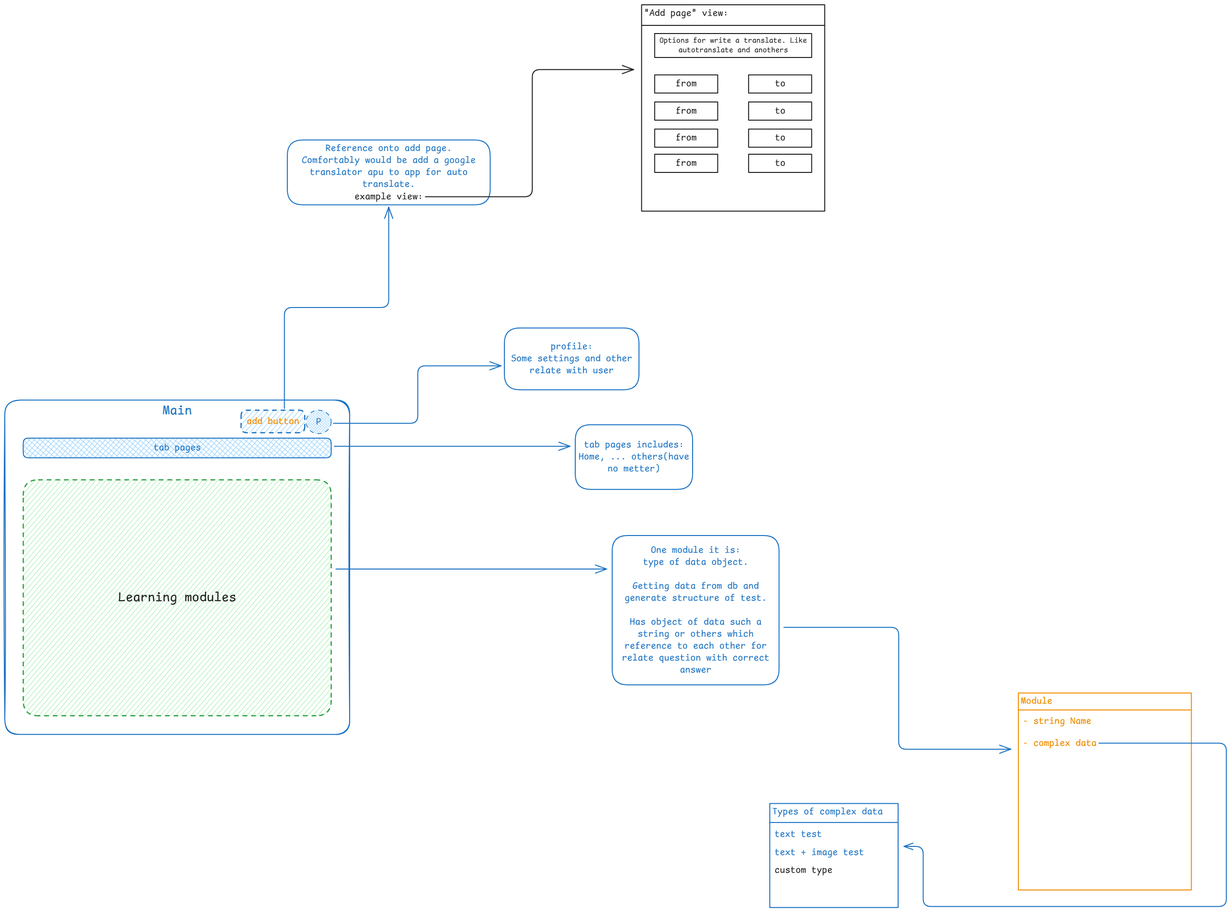
Earlier version of the Excalidraw export Schemes/Main page example.excalidraw.png (SaveGex/SpellCheck). Source tidied: one line per element, renumbered; positions are measured from the earlier drawing's top-left corner, leaving out a move shared by most shapes.
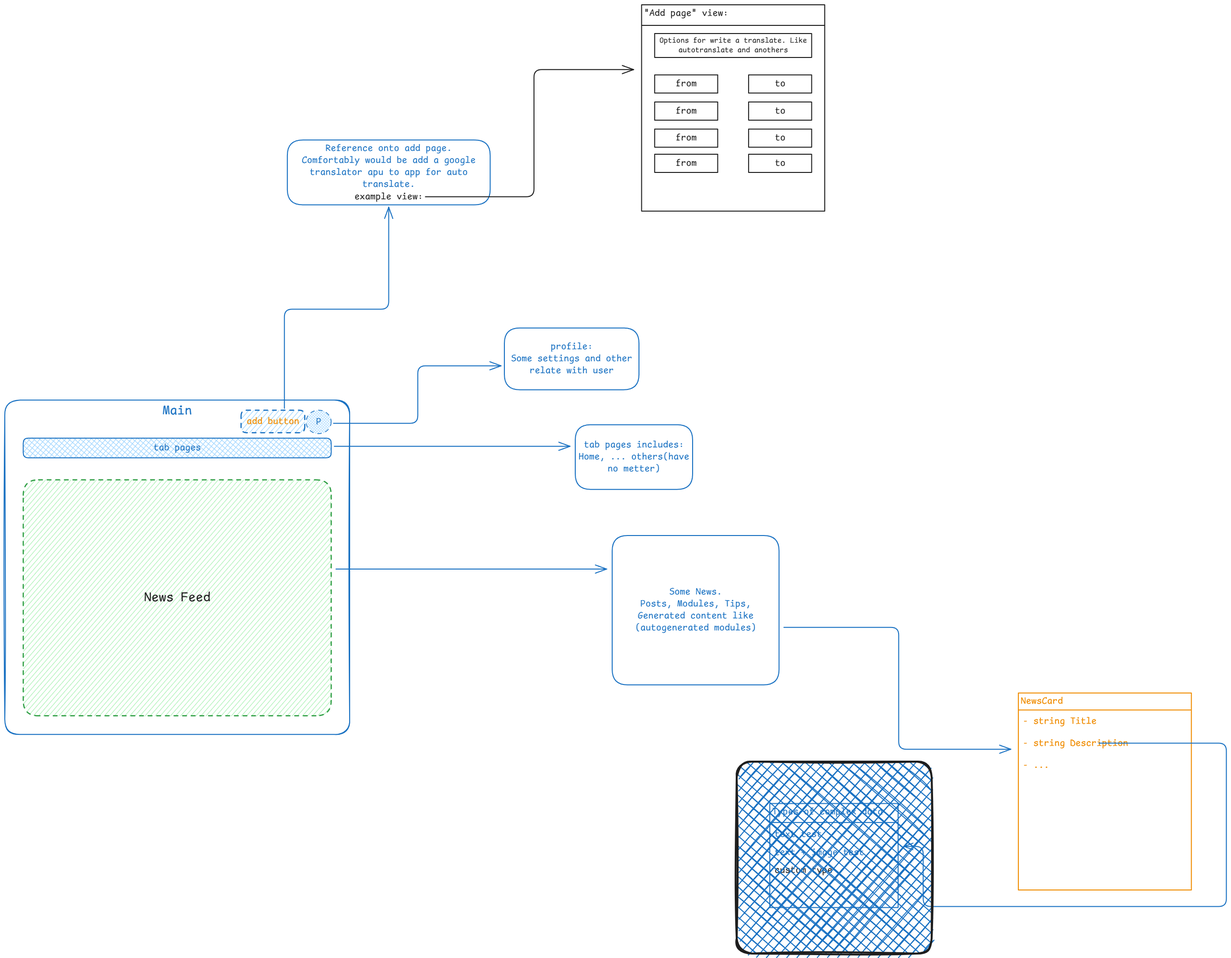
The same file after the commit.

Commit message:
Add View schemes of each main page of the app

The edit, as a diff of the source:
```diff
@@ -1,7 +1,7 @@
 {"id": 0, "type": "rectangle", "strokeColor": "#1971c2", "strokeWidth": 2, "roughness": 1, "round": true, "x": 0, "y": 825, "width": 720, "height": 698}
 {"id": 1, "type": "text", "text": "Main", "strokeColor": "#1971c2", "strokeWidth": 2, "roughness": 1, "fontSize": 28, "fontFamily": 8, "textAlign": "center", "inside": 0, "x": 329, "y": 830, "width": 62, "height": 35}
 {"id": 2, "type": "rectangle", "strokeColor": "#2f9e44", "backgroundColor": "#b2f2bb", "fillStyle": "hachure", "strokeWidth": 2, "strokeStyle": "dashed", "roughness": 0, "round": true, "x": 39, "y": 992, "width": 643, "height": 493}
-{"id": 3, "type": "text", "text": "Learning modules", "strokeColor": "#1e1e1e", "strokeWidth": 2, "roughness": 1, "fontSize": 28, "fontFamily": 8, "textAlign": "center", "verticalAlign": "middle", "inside": 2, "x": 237, "y": 1221, "width": 246, "height": 35}
+{"id": 3, "type": "text", "text": "News Feed", "strokeColor": "#1e1e1e", "strokeWidth": 2, "roughness": 1, "fontSize": 28, "fontFamily": 8, "textAlign": "center", "verticalAlign": "middle", "inside": 2, "x": 291, "y": 1221, "width": 139, "height": 35}
 {"id": 4, "type": "rectangle", "strokeColor": "#1971c2", "backgroundColor": "#a5d8ff", "fillStyle": "hachure", "strokeWidth": 2, "strokeStyle": "dashed", "roughness": 0, "round": true, "x": 493, "y": 846, "width": 133, "height": 47}
 {"id": 5, "type": "text", "text": "add button", "strokeColor": "#f08c00", "backgroundColor": "#b2f2bb", "fillStyle": "hachure", "strokeWidth": 2, "roughness": 0, "fontSize": 20, "fontFamily": 8, "textAlign": "center", "verticalAlign": "middle", "inside": 4, "x": 505, "y": 857, "width": 110, "height": 25}
 {"id": 6, "type": "ellipse", "strokeColor": "#1971c2", "backgroundColor": "#a5d8ff", "fillStyle": "cross-hatch", "strokeWidth": 1, "strokeStyle": "dashed", "roughness": 0, "x": 629, "y": 846, "width": 52, "height": 49}
@@ -16,43 +16,18 @@
 {"id": 15, "type": "text", "text": "profile:\nSome settings and other\nrelate with user", "strokeColor": "#1971c2", "backgroundColor": "#a5d8ff", "fillStyle": "cross-hatch", "strokeWidth": 2, "roughness": 0, "fontSize": 20, "fontFamily": 8, "textAlign": "center", "verticalAlign": "middle", "inside": 14, "x": 1057, "y": 702, "width": 253, "height": 75}
 {"id": 16, "type": "arrow", "strokeColor": "#1971c2", "backgroundColor": "#a5d8ff", "fillStyle": "cross-hatch", "strokeWidth": 2, "roughness": 0, "endArrowhead": "arrow", "from": 2, "x": 691, "y": 1178, "width": 565, "height": 0, "points": [[0, 0], [565, 0]]}
 {"id": 17, "type": "rectangle", "strokeColor": "#1971c2", "strokeWidth": 2, "roughness": 0, "round": true, "x": 1268, "y": 1108, "width": 348, "height": 312}
-{"id": 18, "type": "text", "text": "One module it is:\ntype of data object.\n\nGetting data from db and\ngenerate structure of test.\n\nHas object of data such a\nstring or others which\nreference to each other for\nrelate question with correct\nanswer", "strokeColor": "#1971c2", "backgroundColor": "#a5d8ff", "fillStyle": "cross-hatch", "strokeWidth": 2, "roughness": 0, "fontSize": 20, "fontFamily": 8, "textAlign": "center", "verticalAlign": "middle", "inside": 17, "x": 1288, "y": 1126, "width": 308, "height": 275}
+{"id": 18, "type": "text", "text": "Some News.\nPosts, Modules, Tips,\nGenerated content like\n(autogenerated modules)", "strokeColor": "#1971c2", "backgroundColor": "#a5d8ff", "fillStyle": "cross-hatch", "strokeWidth": 2, "roughness": 0, "fontSize": 20, "fontFamily": 8, "textAlign": "center", "verticalAlign": "middle", "inside": 17, "x": 1316, "y": 1214, "width": 253, "height": 100}
 {"id": 19, "type": "arrow", "strokeColor": "#1971c2", "strokeWidth": 2, "roughness": 0, "endArrowhead": "arrow", "from": 17, "to": 20, "x": 1627, "y": 1300, "width": 474, "height": 254, "points": [[0, 0], [240, 0], [240, 254], [474, 254]]}
 {"id": 20, "type": "rectangle", "strokeColor": "#f08c00", "strokeWidth": 2, "roughness": 0, "x": 2116, "y": 1437, "width": 361, "height": 411}
-{"id": 21, "type": "text", "text": "Module", "strokeColor": "#f08c00", "strokeWidth": 2, "roughness": 0, "fontSize": 20, "fontFamily": 8, "inside": 20, "x": 2121, "y": 1442, "width": 66, "height": 25}
+{"id": 21, "type": "text", "text": "NewsCard", "strokeColor": "#f08c00", "strokeWidth": 2, "roughness": 0, "fontSize": 20, "fontFamily": 8, "inside": 20, "x": 2121, "y": 1442, "width": 88, "height": 25}
 {"id": 22, "type": "line", "strokeColor": "#f08c00", "strokeWidth": 2, "roughness": 0, "x": 2116, "y": 1472, "width": 360, "height": 0, "points": [[0, 0], [360, 0]]}
-{"id": 23, "type": "text", "text": "- string Name", "strokeColor": "#f08c00", "strokeWidth": 2, "roughness": 0, "fontSize": 20, "fontFamily": 8, "x": 2125, "y": 1483, "width": 143, "height": 25}
+{"id": 23, "type": "text", "text": "- string Title", "strokeColor": "#f08c00", "strokeWidth": 2, "roughness": 0, "fontSize": 20, "fontFamily": 8, "x": 2125, "y": 1483, "width": 154, "height": 25}
-{"id": 24, "type": "text", "text": "- complex data", "strokeColor": "#f08c00", "strokeWidth": 2, "roughness": 0, "fontSize": 20, "fontFamily": 8, "x": 2125, "y": 1529, "width": 154, "height": 25}
-{"id": 25, "type": "arrow", "strokeColor": "#1971c2", "strokeWidth": 2, "roughness": 0, "endArrowhead": "arrow", "from": 24, "to": 26, "x": 2284, "y": 1542, "width": 673, "height": 341, "points": [[0, 0], [266, 0], [266, 341], [-367, 341], [-367, 216], [-407, 216]]}
+{"id": 58, "type": "text", "text": "- string Description", "strokeColor": "#f08c00", "strokeWidth": 2, "roughness": 0, "fontSize": 20, "fontFamily": 8, "x": 2125, "y": 1529, "width": 220, "height": 25}
 {"id": 26, "type": "rectangle", "strokeColor": "#1971c2", "strokeWidth": 2, "roughness": 0, "x": 1597, "y": 1667, "width": 268, "height": 217}
 {"id": 27, "type": "text", "text": "Types of complex data", "strokeColor": "#1971c2", "strokeWidth": 2, "roughness": 0, "fontSize": 20, "fontFamily": 8, "inside": 26, "x": 1602, "y": 1672, "width": 231, "height": 25}
 {"id": 28, "type": "line", "strokeColor": "#1971c2", "strokeWidth": 2, "roughness": 0, "x": 1597, "y": 1707, "width": 268, "height": 0, "points": [[0, 0], [268, 0]]}
 {"id": 29, "type": "text", "text": "text test", "strokeColor": "#1971c2", "strokeWidth": 2, "roughness": 0, "fontSize": 20, "fontFamily": 8, "x": 1607, "y": 1719, "width": 99, "height": 25}
 {"id": 30, "type": "text", "text": "text + image test", "strokeColor": "#1971c2", "strokeWidth": 2, "roughness": 0, "fontSize": 20, "fontFamily": 8, "x": 1607, "y": 1757, "width": 187, "height": 25}
 {"id": 31, "type": "text", "text": "custom type", "strokeColor": "#1e1e1e", "strokeWidth": 2, "roughness": 0, "fontSize": 20, "fontFamily": 8, "x": 1607, "y": 1795, "width": 121, "height": 25}
-{"id": 32, "type": "arrow", "strokeColor": "#1971c2", "strokeWidth": 2, "roughness": 0, "endArrowhead": "arrow", "from": 4, "to": 33, "x": 584, "y": 843, "width": 218, "height": 420, "points": [[0, 0], [0, -211], [218, -211], [218, -420]]}
-{"id": 33, "type": "rectangle", "strokeColor": "#1971c2", "strokeWidth": 2, "roughness": 0, "round": true, "x": 590, "y": 282, "width": 423, "height": 135}
-{"id": 34, "type": "text", "text": "Reference onto add page.\nComfortably would be add a google\ntranslator apu to app for auto\ntranslate.\n", "strokeColor": "#1971c2", "strokeWidth": 2, "roughness": 0, "fontSize": 20, "fontFamily": 8, "textAlign": "center", "verticalAlign": "middle", "inside": 33, "x": 620, "y": 287, "width": 363, "height": 125}
-{"id": 35, "type": "text", "text": "example view:", "strokeColor": "#1e1e1e", "strokeWidth": 2, "roughness": 0, "fontSize": 20, "fontFamily": 8, "x": 730, "y": 388, "width": 143, "height": 25}
-{"id": 36, "type": "arrow", "strokeColor": "#1e1e1e", "strokeWidth": 2, "roughness": 0, "endArrowhead": "arrow", "from": 35, "to": 37, "x": 878, "y": 401, "width": 435, "height": 265, "points": [[0, 0], [223, 0], [223, -265], [435, -265]]}
-{"id": 37, "type": "rectangle", "strokeColor": "#1e1e1e", "strokeWidth": 2, "roughness": 0, "x": 1329, "y": 0, "width": 382, "height": 431}
-{"id": 38, "type": "text", "text": "\"Add page\" view:", "strokeColor": "#1e1e1e", "strokeWidth": 2, "roughness": 0, "fontSize": 20, "fontFamily": 8, "inside": 37, "x": 1334, "y": 5, "width": 176, "height": 25}
-{"id": 39, "type": "line", "strokeColor": "#1e1e1e", "strokeWidth": 2, "roughness": 0, "x": 1330, "y": 43, "width": 381, "height": 0, "points": [[0, 0], [381, 0]]}
-{"id": 40, "type": "rectangle", "strokeColor": "#1e1e1e", "strokeWidth": 2, "roughness": 0, "x": 1357, "y": 146, "width": 132, "height": 38}
-{"id": 41, "type": "text", "text": "from", "strokeColor": "#1e1e1e", "strokeWidth": 2, "roughness": 0, "fontSize": 20, "fontFamily": 8, "textAlign": "center", "verticalAlign": "middle", "inside": 40, "x": 1401, "y": 153, "width": 44, "height": 25}
-{"id": 42, "type": "rectangle", "strokeColor": "#1e1e1e", "strokeWidth": 2, "roughness": 0, "x": 1553, "y": 146, "width": 132, "height": 38}
-{"id": 43, "type": "text", "text": "to", "strokeColor": "#1e1e1e", "strokeWidth": 2, "roughness": 0, "fontSize": 20, "fontFamily": 8, "textAlign": "center", "verticalAlign": "middle", "inside": 42, "x": 1608, "y": 153, "width": 22, "height": 25}
-{"id": 44, "type": "rectangle", "strokeColor": "#1e1e1e", "strokeWidth": 2, "roughness": 0, "x": 1357, "y": 203, "width": 132, "height": 38}
-{"id": 45, "type": "text", "text": "from", "strokeColor": "#1e1e1e", "strokeWidth": 2, "roughness": 0, "fontSize": 20, "fontFamily": 8, "textAlign": "center", "verticalAlign": "middle", "inside": 44, "x": 1401, "y": 209, "width": 44, "height": 25}
-{"id": 46, "type": "rectangle", "strokeColor": "#1e1e1e", "strokeWidth": 2, "roughness": 0, "x": 1553, "y": 203, "width": 132, "height": 38}
-{"id": 47, "type": "text", "text": "to", "strokeColor": "#1e1e1e", "strokeWidth": 2, "roughness": 0, "fontSize": 20, "fontFamily": 8, "textAlign": "center", "verticalAlign": "middle", "inside": 46, "x": 1608, "y": 209, "width": 22, "height": 25}
-{"id": 48, "type": "rectangle", "strokeColor": "#1e1e1e", "strokeWidth": 2, "roughness": 0, "x": 1357, "y": 259, "width": 132, "height": 38}
-{"id": 49, "type": "text", "text": "from", "strokeColor": "#1e1e1e", "strokeWidth": 2, "roughness": 0, "fontSize": 20, "fontFamily": 8, "textAlign": "center", "verticalAlign": "middle", "inside": 48, "x": 1401, "y": 266, "width": 44, "height": 25}
-{"id": 50, "type": "rectangle", "strokeColor": "#1e1e1e", "strokeWidth": 2, "roughness": 0, "x": 1553, "y": 259, "width": 132, "height": 38}
-{"id": 51, "type": "text", "text": "to", "strokeColor": "#1e1e1e", "strokeWidth": 2, "roughness": 0, "fontSize": 20, "fontFamily": 8, "textAlign": "center", "verticalAlign": "middle", "inside": 50, "x": 1608, "y": 266, "width": 22, "height": 25}
-{"id": 52, "type": "rectangle", "strokeColor": "#1e1e1e", "strokeWidth": 2, "roughness": 0, "x": 1357, "y": 312, "width": 132, "height": 38}
-{"id": 53, "type": "text", "text": "from", "strokeColor": "#1e1e1e", "strokeWidth": 2, "roughness": 0, "fontSize": 20, "fontFamily": 8, "textAlign": "center", "verticalAlign": "middle", "inside": 52, "x": 1401, "y": 318, "width": 44, "height": 25}
-{"id": 54, "type": "rectangle", "strokeColor": "#1e1e1e", "strokeWidth": 2, "roughness": 0, "x": 1553, "y": 312, "width": 132, "height": 38}
-{"id": 55, "type": "text", "text": "to", "strokeColor": "#1e1e1e", "strokeWidth": 2, "roughness": 0, "fontSize": 20, "fontFamily": 8, "textAlign": "center", "verticalAlign": "middle", "inside": 54, "x": 1608, "y": 318, "width": 22, "height": 25}
-{"id": 56, "type": "rectangle", "strokeColor": "#1e1e1e", "strokeWidth": 2, "roughness": 0, "x": 1357, "y": 60, "width": 328, "height": 50}
-{"id": 57, "type": "text", "text": "Options for write a translate. Like\nautotranslate and anothers", "strokeColor": "#1e1e1e", "strokeWidth": 2, "roughness": 0, "fontSize": 16, "fontFamily": 8, "textAlign": "center", "verticalAlign": "middle", "inside": 56, "x": 1367, "y": 65, "width": 308, "height": 40}
+{"id": 24, "type": "text", "text": "- ...", "strokeColor": "#f08c00", "strokeWidth": 2, "roughness": 0, "fontSize": 20, "fontFamily": 8, "x": 2125, "y": 1575, "width": 55, "height": 25}
+{"id": 59, "type": "rectangle", "strokeColor": "#1e1e1e", "backgroundColor": "#1971c2", "fillStyle": "cross-hatch", "strokeWidth": 4, "roughness": 2, "round": true, "x": 1528, "y": 1580, "width": 407, "height": 401}
```
